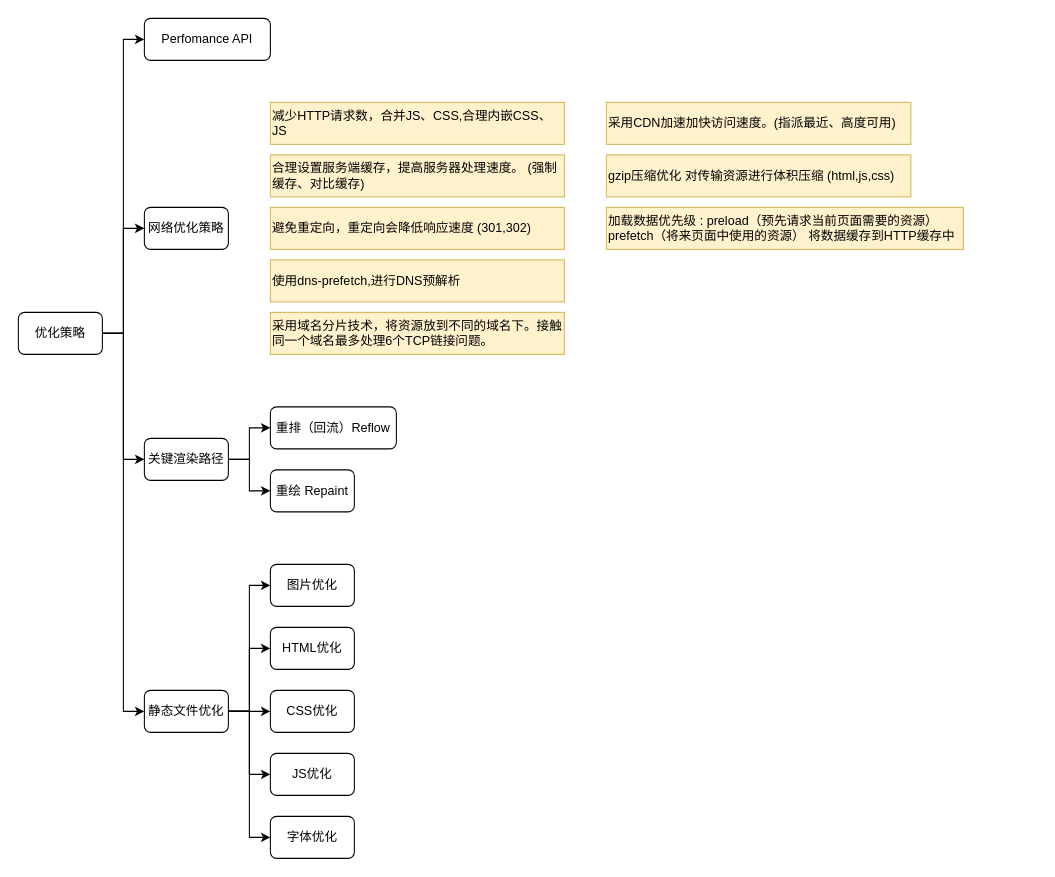
Before: 前端性能优化.drawio in yanhanfrontend/draw.io.workspace, a draw.io diagram. Source tidied: cells renumbered, new cells numbered last; positions are measured from the earlier drawing's top-left corner, leaving out a move shared by most shapes. Both pictures are drawn from the tidied source at 105%, with x=0, y=0 at pixel (18, 18).
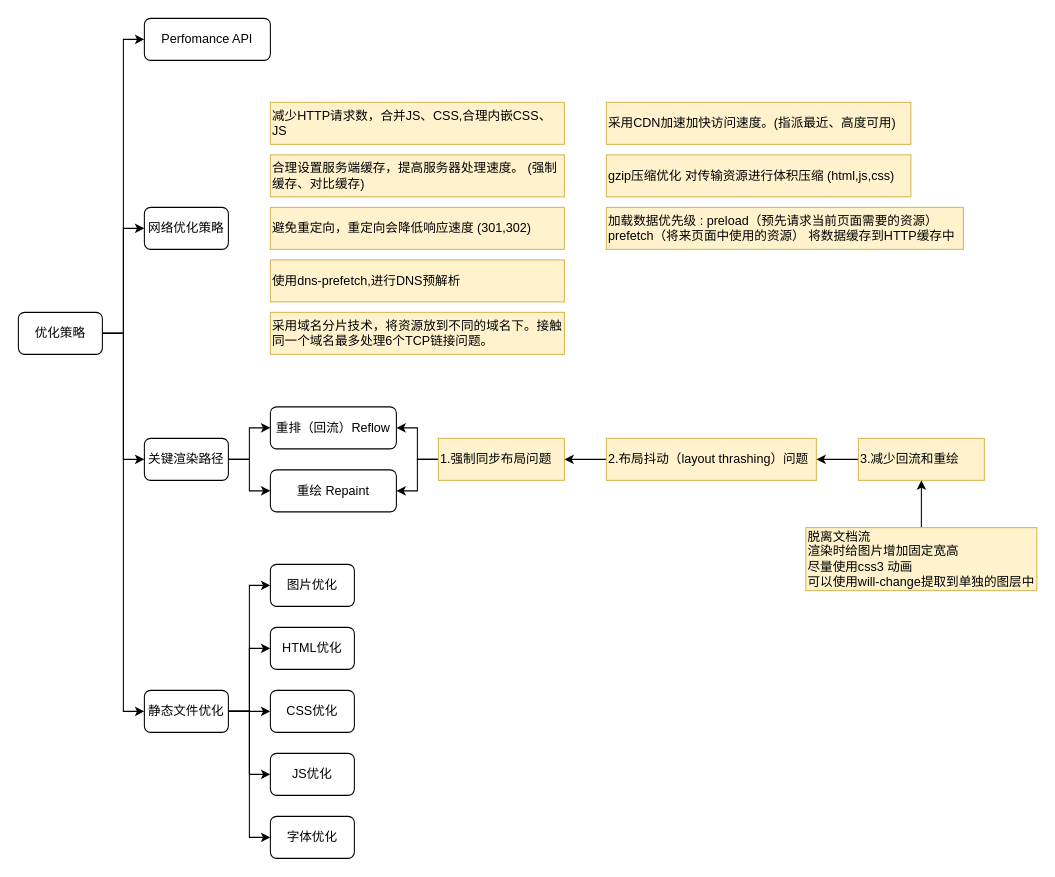
The same diagram, later.

Commit message (it also covers changes not shown here):
更新前端性能优化.drawio

Unchanged cells that the change refers to:
```xml
<mxCell id="31" value="重排（回流）Reflow" style="rounded=1;whiteSpace=wrap;html=1;" parent="1" vertex="1">
  <mxGeometry x="240" y="370" width="120" height="40" as="geometry" />
</mxCell>
```

The edit, as a diff of the source:
```diff
@@
     <mxCell id="32" value="重绘 Repaint" style="rounded=1;whiteSpace=wrap;html=1;" parent="1" vertex="1">
-      <mxGeometry x="240" y="430" width="80" height="40" as="geometry" />
+      <mxGeometry x="240" y="430" width="120" height="40" as="geometry" />
     </mxCell>
+    <mxCell id="33" style="edgeStyle=orthogonalEdgeStyle;rounded=0;jettySize=auto;html=1;exitX=0;exitY=0.5;exitDx=0;exitDy=0;" parent="1" edge="1" source="35" target="31">
+      <mxGeometry relative="1" as="geometry" />
+    </mxCell>
+    <mxCell id="34" style="edgeStyle=orthogonalEdgeStyle;rounded=0;jettySize=auto;html=1;exitX=0;exitY=0.5;exitDx=0;exitDy=0;entryX=1;entryY=0.5;entryDx=0;entryDy=0;" parent="1" edge="1" source="35" target="32">
+      <mxGeometry relative="1" as="geometry" />
+    </mxCell>
+    <mxCell id="35" value="1.强制同步布局问题" style="text;html=1;align=left;verticalAlign=middle;whiteSpace=wrap;rounded=0;fillColor=#fff2cc;strokeColor=#d6b656;" parent="1" vertex="1">
+      <mxGeometry x="400" y="400" width="120" height="40" as="geometry" />
+    </mxCell>
+    <mxCell id="36" style="edgeStyle=orthogonalEdgeStyle;rounded=0;jettySize=auto;html=1;exitX=0;exitY=0.5;exitDx=0;exitDy=0;entryX=1;entryY=0.5;entryDx=0;entryDy=0;" parent="1" edge="1" source="37" target="35">
+      <mxGeometry relative="1" as="geometry" />
+    </mxCell>
+    <mxCell id="37" value="2.布局抖动（layout thrashing）问题" style="text;html=1;align=left;verticalAlign=middle;whiteSpace=wrap;rounded=0;fillColor=#fff2cc;strokeColor=#d6b656;" parent="1" vertex="1">
+      <mxGeometry x="560" y="400" width="200" height="40" as="geometry" />
+    </mxCell>
+    <mxCell id="38" style="edgeStyle=orthogonalEdgeStyle;rounded=0;jettySize=auto;html=1;exitX=0;exitY=0.5;exitDx=0;exitDy=0;entryX=1;entryY=0.5;entryDx=0;entryDy=0;" parent="1" edge="1" source="39" target="37">
+      <mxGeometry relative="1" as="geometry" />
+    </mxCell>
+    <mxCell id="39" value="3.减少回流和重绘" style="text;html=1;align=left;verticalAlign=middle;whiteSpace=wrap;rounded=0;fillColor=#fff2cc;strokeColor=#d6b656;" parent="1" vertex="1">
+      <mxGeometry x="800" y="400" width="120" height="40" as="geometry" />
+    </mxCell>
+    <mxCell id="40" style="edgeStyle=orthogonalEdgeStyle;rounded=0;jettySize=auto;html=1;exitX=0.5;exitY=0;exitDx=0;exitDy=0;entryX=0.5;entryY=1;entryDx=0;entryDy=0;" parent="1" edge="1" source="41" target="39">
+      <mxGeometry relative="1" as="geometry" />
+    </mxCell>
+    <mxCell id="41" value="&lt;div&gt;脱离文档流&lt;/div&gt;&lt;div&gt;渲染时给图片增加固定宽高&lt;/div&gt;&lt;div&gt;尽量使用css3 动画&lt;/div&gt;&lt;div&gt;可以使用will-change提取到单独的图层中&lt;/div&gt;" style="text;html=1;align=left;verticalAlign=middle;whiteSpace=wrap;rounded=0;fillColor=#fff2cc;strokeColor=#d6b656;" parent="1" vertex="1">
+      <mxGeometry x="750" y="485" width="220" height="60" as="geometry" />
+    </mxCell>
```
